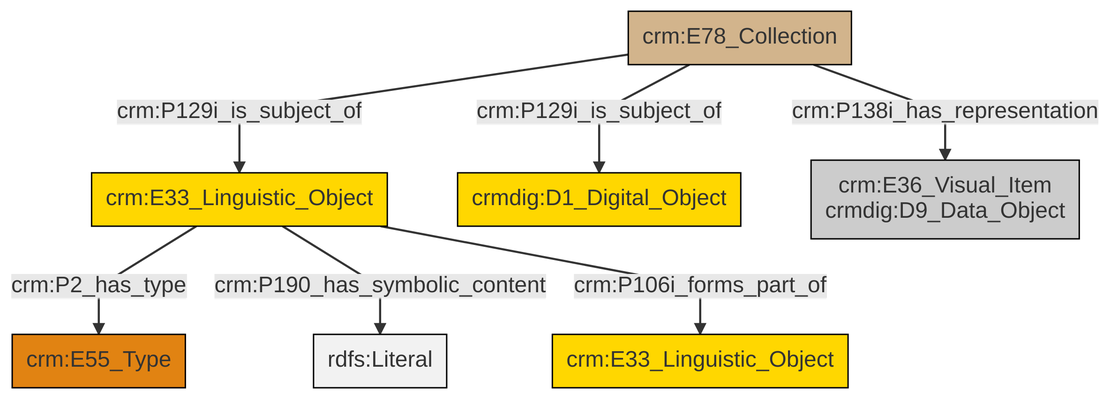
Above: et/archivalCSV/ttl/mmd/png/archival_docs.png in swiss-art-research-net/docs.swissartresearch (Mermaid), before the change. Its source is kept beside it as et/archivalCSV/ttl/mmd/archival_docs.ttl.mmd.
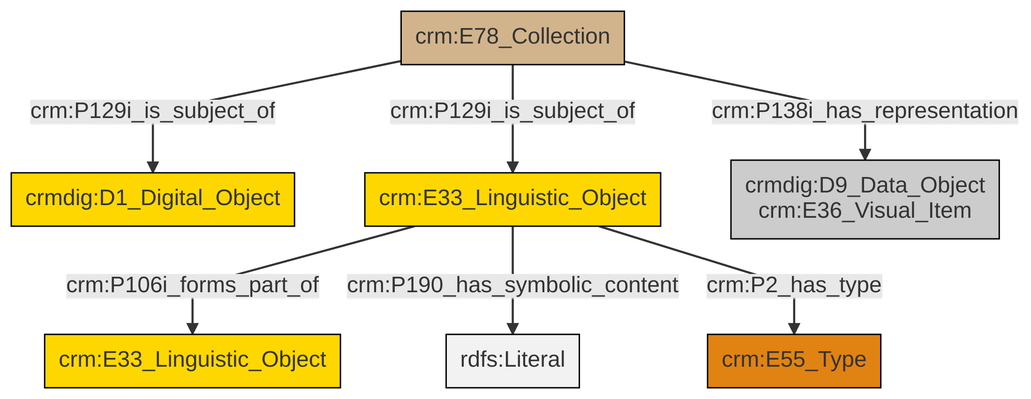
The same file after the commit.

What changed in the source:
```diff
@@ -13,9 +13,9 @@
 classDef PC_Classes fill:#4ce600, stroke:#000000;
 classDef Multi fill:#cccccc,stroke:#000000;
 
-0["crm:E33_Linguistic_Object"]:::Conceptual_Object -->|crm:P2_has_type| 1["crm:E55_Type"]:::Type
-5["crm:E78_Collection"]:::Physical_Thing -->|crm:P129i_is_subject_of| 6["crmdig:D1_Digital_Object"]:::Conceptual_Object
-5["crm:E78_Collection"]:::Physical_Thing -->|crm:P138i_has_representation| 7["crm:E36_Visual_Item<br>crmdig:D9_Data_Object"]:::Multi
-0["crm:E33_Linguistic_Object"]:::Conceptual_Object -->|crm:P190_has_symbolic_content| 8[rdfs:Literal]:::Literal
-0["crm:E33_Linguistic_Object"]:::Conceptual_Object -->|crm:P106i_forms_part_of| 3["crm:E33_Linguistic_Object"]:::Conceptual_Object
-5["crm:E78_Collection"]:::Physical_Thing -->|crm:P129i_is_subject_of| 0["crm:E33_Linguistic_Object"]:::Conceptual_Object
+0["crm:E78_Collection"]:::Physical_Thing -->|crm:P129i_is_subject_of| 1["crmdig:D1_Digital_Object"]:::Conceptual_Object
+4["crm:E33_Linguistic_Object"]:::Conceptual_Object -->|crm:P106i_forms_part_of| 5["crm:E33_Linguistic_Object"]:::Conceptual_Object
+0["crm:E78_Collection"]:::Physical_Thing -->|crm:P129i_is_subject_of| 4["crm:E33_Linguistic_Object"]:::Conceptual_Object
+4["crm:E33_Linguistic_Object"]:::Conceptual_Object -->|crm:P190_has_symbolic_content| 9[rdfs:Literal]:::Literal
+0["crm:E78_Collection"]:::Physical_Thing -->|crm:P138i_has_representation| 7["crmdig:D9_Data_Object<br>crm:E36_Visual_Item"]:::Multi
+4["crm:E33_Linguistic_Object"]:::Conceptual_Object -->|crm:P2_has_type| 2["crm:E55_Type"]:::Type
```
